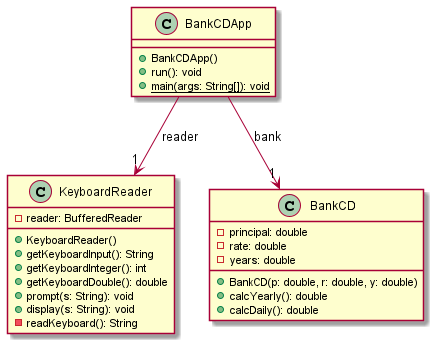
This is CD_Relationship_UML.png from meng-ucalgary/ensf-593-assignment-2, a PlantUML export, as it was before one commit. Its diagram source:
```plantuml
@startuml
class KeyboardReader
{
	-reader: BufferedReader
	+KeyboardReader()
	+getKeyboardInput(): String
	+getKeyboardInteger(): int
	+getKeyboardDouble(): double
	+prompt(s: String): void
	+display(s: String): void
	-readKeyboard(): String
}

class BankCD
{
	-principal: double
	-rate: double
	-years: double
	+BankCD(p: double, r: double, y: double)
	+calcYearly(): double
	+calcDaily(): double
}

class BankCDApp
{
	+BankCDApp()
	+run(): void
	+{static} main(args: String[]): void
}


BankCDApp --> "1" BankCD : bank
BankCDApp --> "1" KeyboardReader : reader
@enduml
```
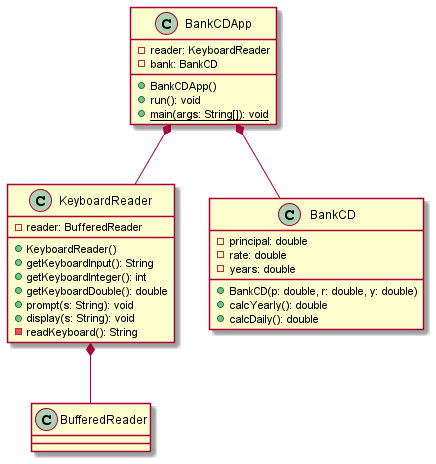
Later version of the same file.

Commit message:
updated the UML diagrams

What changed in the source:
```diff
@@ -23,12 +23,15 @@
 
 class BankCDApp
 {
+	-reader: KeyboardReader
+	-bank: BankCD
 	+BankCDApp()
 	+run(): void
 	+{static} main(args: String[]): void
 }
 
 
-BankCDApp --> "1" BankCD : bank
-BankCDApp --> "1" KeyboardReader : reader
+BankCDApp *-- BankCD
+BankCDApp *-- KeyboardReader
+KeyboardReader *-- BufferedReader
 @enduml
```
